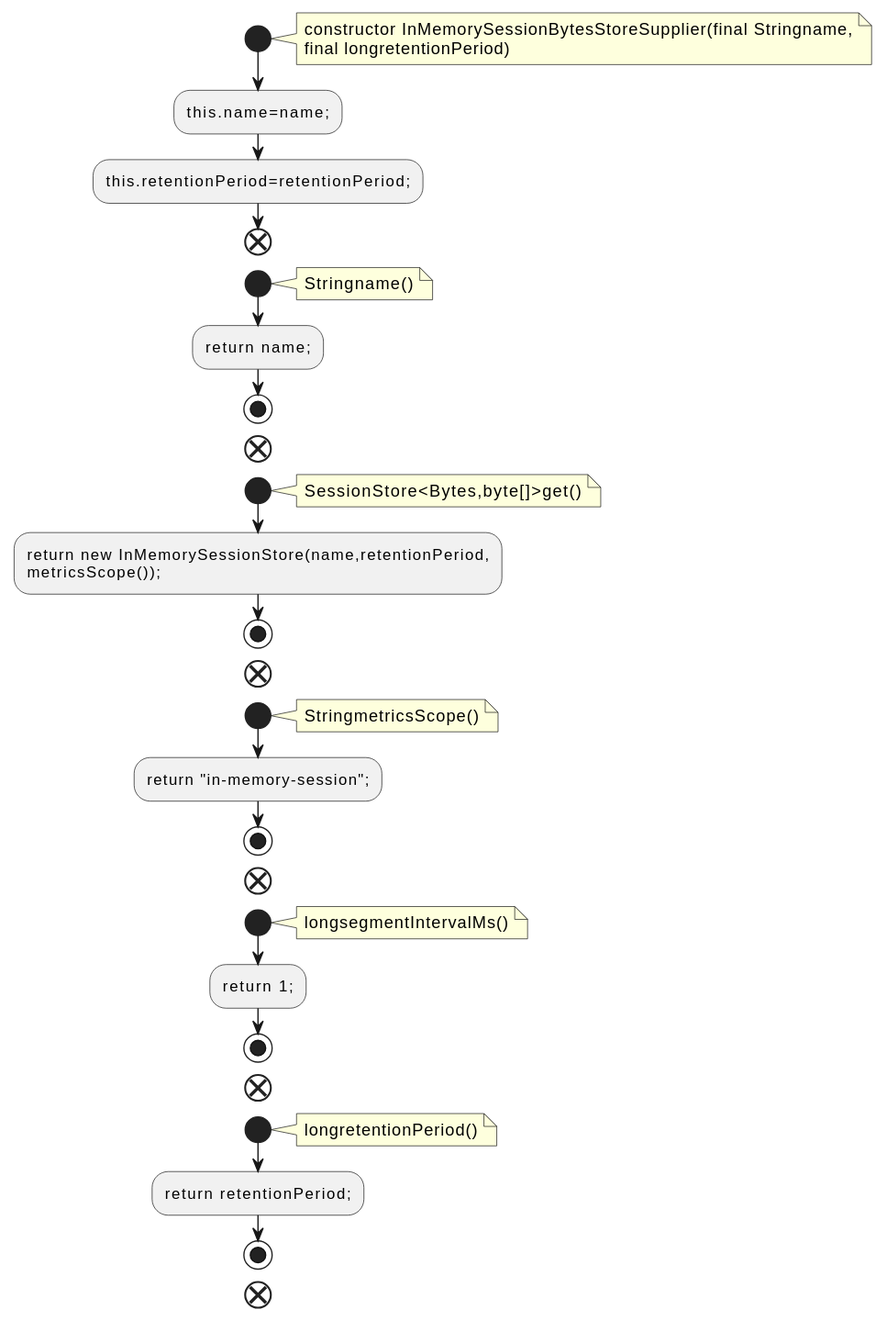
This is docs/qc/streams/src/main/java/org/apache/kafka/streams/state/internals/InMemorySessionBytesStoreSupplier.java.fct.svg from qualitesys/kafka, a PlantUML export, as it was before one commit.
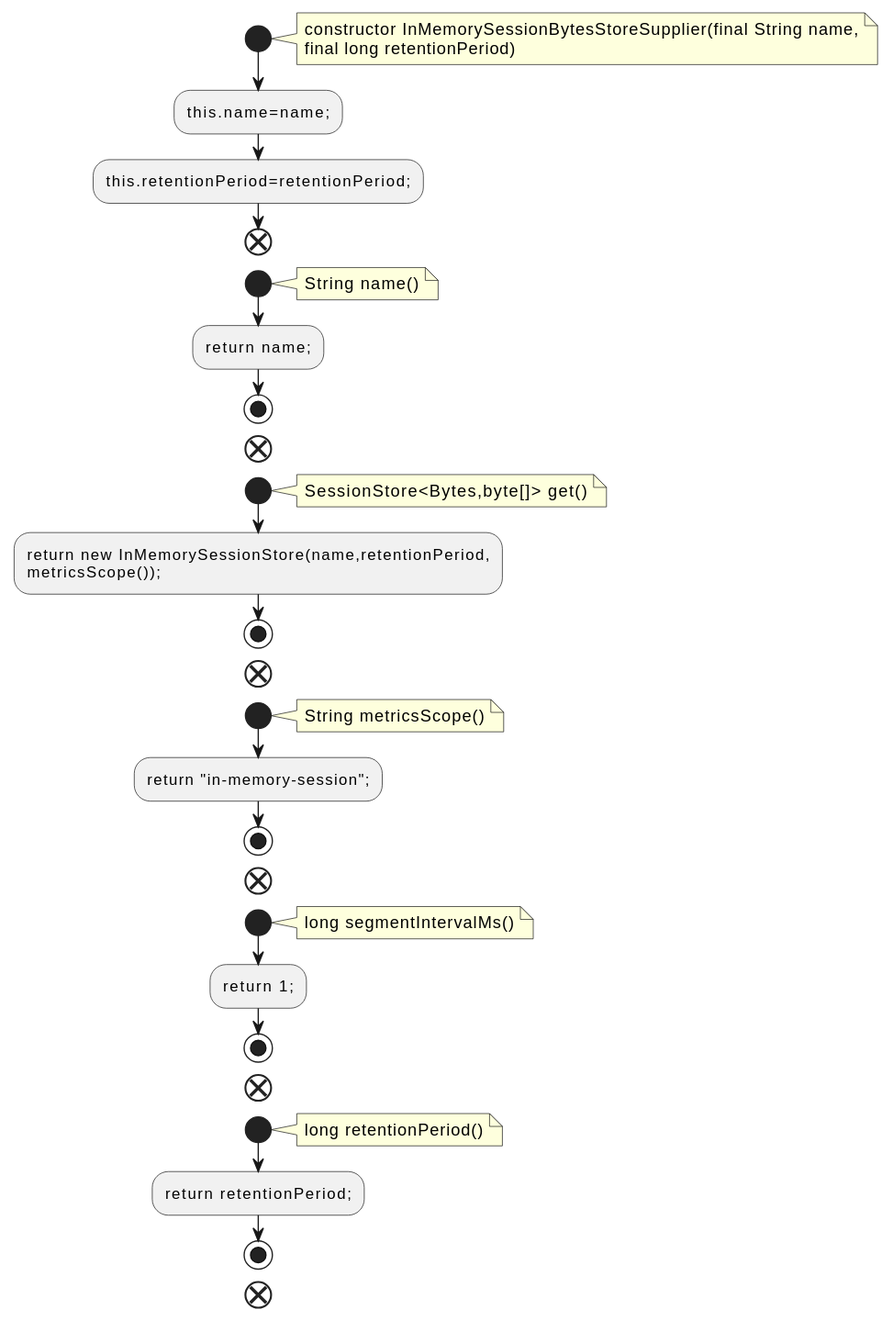
The same file after the commit.

Change to the diagram source:
```diff
@@ -2,22 +2,22 @@
 !pragma layout smetana
 start
 note right
-constructor InMemorySessionBytesStoreSupplier(final Stringname,
-final longretentionPeriod)
+constructor InMemorySessionBytesStoreSupplier(final String name,
+final long retentionPeriod)
 end note
 :this.name=name;;
 :this.retentionPeriod=retentionPeriod;;
 end
 start
 note right
-Stringname()
+String name()
 end note
 :return name;;
 stop
 end
 start
 note right
-SessionStore<Bytes,byte[]>get()
+SessionStore<Bytes,byte[]> get()
 end note
 :return new InMemorySessionStore(name,retentionPeriod,
 metricsScope());;
@@ -25,21 +25,21 @@
 end
 start
 note right
-StringmetricsScope()
+String metricsScope()
 end note
 :return "in-memory-session";;
 stop
 end
 start
 note right
-longsegmentIntervalMs()
+long segmentIntervalMs()
 end note
 :return 1;;
 stop
 end
 start
 note right
-longretentionPeriod()
+long retentionPeriod()
 end note
 :return retentionPeriod;;
 stop
```
